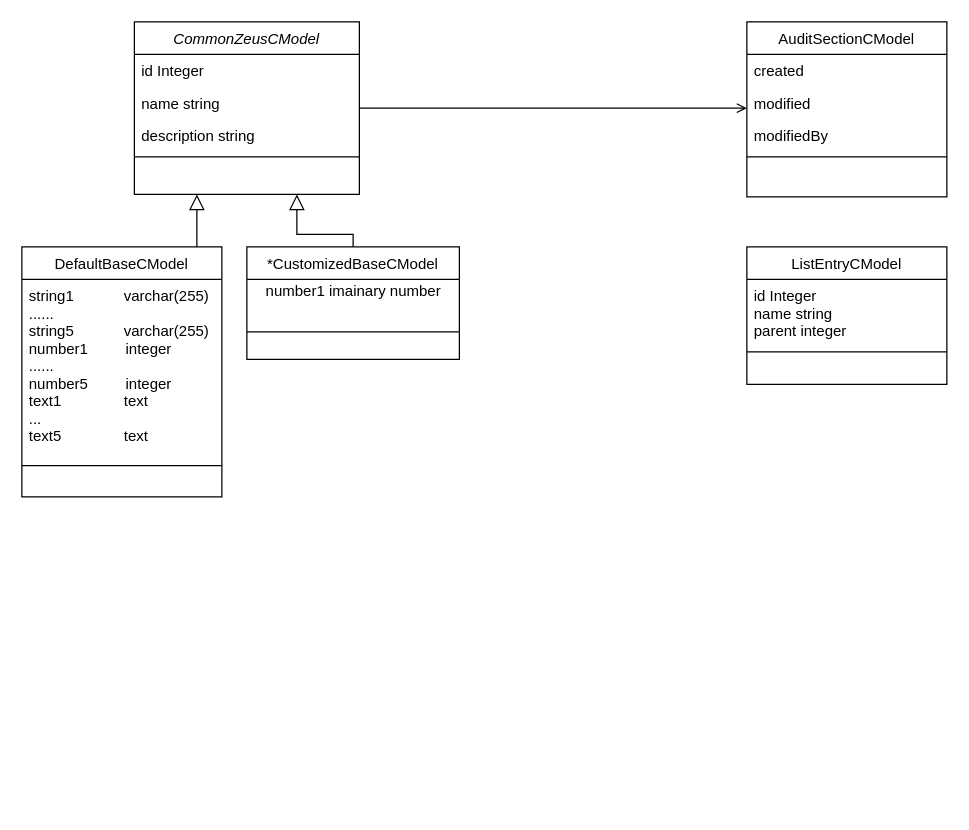
Before: Untitled Diagram.drawio in licongchao/Customized-Charts, a draw.io diagram. Source tidied: cells renumbered, new cells numbered last; positions are measured from the earlier drawing's top-left corner, leaving out a move shared by most shapes. Both pictures are drawn from the tidied source at 125%, with x=0, y=0 at pixel (21, 21).
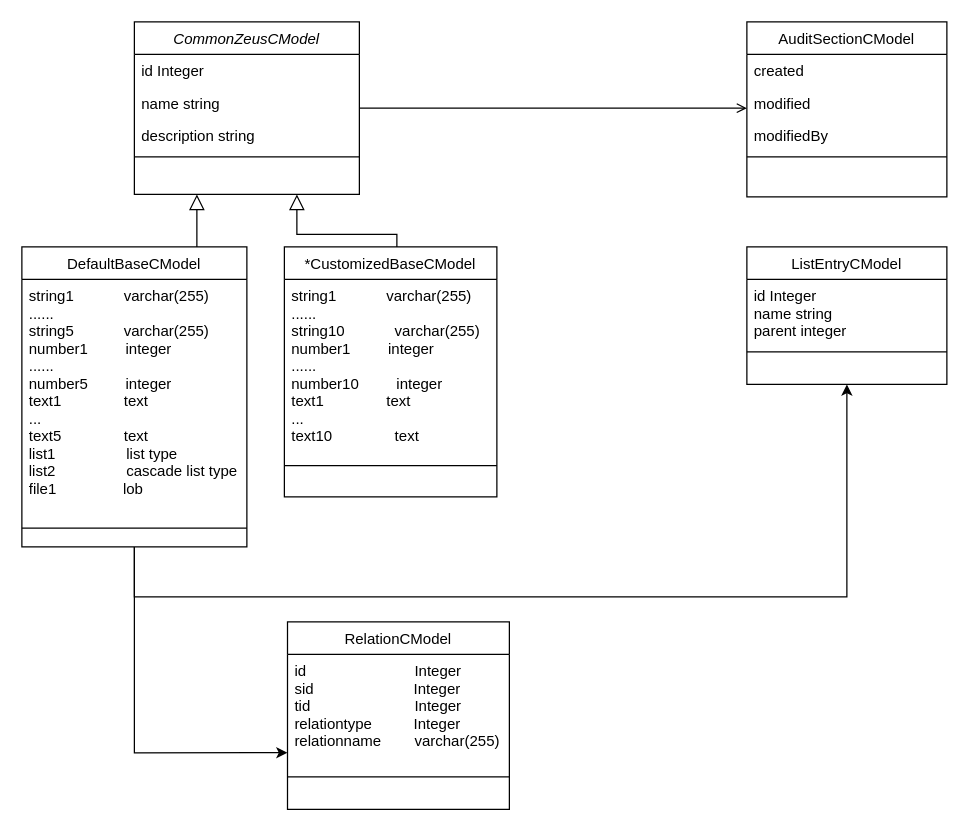
After the change.

The change refers to these unchanged cells:
```xml
<mxCell id="2" value="CommonZeusCModel" style="swimlane;fontStyle=2;align=center;verticalAlign=top;horizontal=1;startSize=26;rounded=0;shadow=0;strokeWidth=1;" parent="1" vertex="1">
  <mxGeometry x="90" width="180" height="138" as="geometry" />
</mxCell>
<mxCell id="21" value="ListEntryCModel" style="swimlane;fontStyle=0;align=center;verticalAlign=top;horizontal=1;startSize=26;rounded=0;shadow=0;strokeWidth=1;" parent="1" vertex="1">
  <mxGeometry x="580" y="180" width="160" height="110" as="geometry" />
</mxCell>
```

Change to the diagram source:
```diff
@@
+    <mxCell id="24" style="edgeStyle=orthogonalEdgeStyle;rounded=0;jettySize=auto;html=1;entryX=0;entryY=0.837;entryDx=0;entryDy=0;entryPerimeter=0;" parent="1" edge="1" source="7" target="29">
+      <mxGeometry relative="1" as="geometry" />
+    </mxCell>
     <mxCell id="7" value="DefaultBaseCModel" style="swimlane;fontStyle=0;align=center;verticalAlign=top;horizontal=1;startSize=26;rounded=0;shadow=0;strokeWidth=1;" parent="1" vertex="1">
-      <mxGeometry y="180" width="160" height="200" as="geometry" />
+      <mxGeometry y="180" width="180" height="240" as="geometry" />
     </mxCell>
-    <mxCell id="8" value="string1            varchar(255)&#10;......&#10;string5            varchar(255)&#10;number1         integer&#10;......&#10;number5         integer&#10;text1               text&#10;...&#10;text5               text                " style="text;align=left;verticalAlign=top;spacingLeft=4;spacingRight=4;overflow=hidden;rounded=0;shadow=0;html=0;" parent="7" vertex="1">
-      <mxGeometry y="26" width="160" height="144" as="geometry" />
+    <mxCell id="8" value="string1            varchar(255)&#10;......&#10;string5            varchar(255)&#10;number1         integer&#10;......&#10;number5         integer&#10;text1               text&#10;...&#10;text5               text &#10;list1                 list type&#10;list2                 cascade list type &#10;file1                lob              " style="text;align=left;verticalAlign=top;spacingLeft=4;spacingRight=4;overflow=hidden;rounded=0;shadow=0;html=0;" parent="7" vertex="1">
+      <mxGeometry y="26" width="180" height="184" as="geometry" />
     </mxCell>
     <mxCell id="9" style="line;html=1;strokeWidth=1;align=left;verticalAlign=middle;spacingTop=-1;spacingLeft=3;spacingRight=3;labelPosition=right;" parent="7" vertex="1">
-      <mxGeometry y="170" width="160" height="10" as="geometry" />
+      <mxGeometry y="210" width="180" height="30" as="geometry" />
     </mxCell>
@@
-    <mxCell id="11" value="*CustomizedBaseCModel" style="swimlane;fontStyle=0;align=center;verticalAlign=top;horizontal=1;startSize=26;rounded=0;shadow=0;strokeWidth=1;" parent="1" vertex="1">
-      <mxGeometry x="180" y="180" width="170" height="90" as="geometry" />
-    </mxCell>
-    <mxCell id="12" value="number1 imainary number" style="text;html=1;align=center;verticalAlign=middle;" parent="11" vertex="1">
-      <mxGeometry y="26" width="170" height="20" as="geometry" />
-    </mxCell>
-    <mxCell id="13" style="line;html=1;strokeWidth=1;align=left;verticalAlign=middle;spacingTop=-1;spacingLeft=3;spacingRight=3;labelPosition=right;" parent="11" vertex="1">
-      <mxGeometry y="46" width="170" height="44" as="geometry" />
-    </mxCell>
-    <mxCell id="14" style="endArrow=block;endSize=10;endFill=0;shadow=0;strokeWidth=1;rounded=0;edgeStyle=elbowEdgeStyle;elbow=vertical;exitX=0.5;exitY=0;exitDx=0;exitDy=0;" parent="1" edge="1" source="11" target="2">
+    <mxCell id="14" style="endArrow=block;endSize=10;endFill=0;shadow=0;strokeWidth=1;rounded=0;edgeStyle=elbowEdgeStyle;elbow=vertical;" parent="1" edge="1" target="2">
       <mxGeometry relative="1" as="geometry">
+        <mxPoint x="300" y="180" as="sourcePoint" />
         <Array as="points">
           <mxPoint x="220" y="170" />
           <mxPoint x="160" y="160" />
           <mxPoint x="190" y="210" />
           <mxPoint x="310" y="220" />
           <mxPoint x="320" y="330" />
         </Array>
       </mxGeometry>
     </mxCell>
@@
+    <mxCell id="11" value="*CustomizedBaseCModel" style="swimlane;fontStyle=0;align=center;verticalAlign=top;horizontal=1;startSize=26;rounded=0;shadow=0;strokeWidth=1;" parent="1" vertex="1">
+      <mxGeometry x="210" y="180" width="170" height="200" as="geometry" />
+    </mxCell>
+    <mxCell id="25" value="string1            varchar(255)&#10;......&#10;string10            varchar(255)&#10;number1         integer&#10;......&#10;number10         integer&#10;text1               text&#10;...&#10;text10               text                " style="text;align=left;verticalAlign=top;spacingLeft=4;spacingRight=4;overflow=hidden;rounded=0;shadow=0;html=0;" parent="11" vertex="1">
+      <mxGeometry y="26" width="170" height="144" as="geometry" />
+    </mxCell>
+    <mxCell id="26" style="line;html=1;strokeWidth=1;align=left;verticalAlign=middle;spacingTop=-1;spacingLeft=3;spacingRight=3;labelPosition=right;" parent="11" vertex="1">
+      <mxGeometry y="170" width="170" height="10" as="geometry" />
+    </mxCell>
+    <mxCell id="27" style="edgeStyle=orthogonalEdgeStyle;rounded=0;jettySize=auto;html=1;entryX=0.5;entryY=1;entryDx=0;entryDy=0;" parent="1" edge="1" target="21">
+      <mxGeometry relative="1" as="geometry">
+        <mxPoint x="90" y="420" as="sourcePoint" />
+        <Array as="points">
+          <mxPoint x="90" y="460" />
+          <mxPoint x="660" y="460" />
+        </Array>
+      </mxGeometry>
+    </mxCell>
+    <mxCell id="28" value="RelationCModel" style="swimlane;fontStyle=0;align=center;verticalAlign=top;horizontal=1;startSize=26;rounded=0;shadow=0;strokeWidth=1;" parent="1" vertex="1">
+      <mxGeometry x="212.5" y="480" width="177.5" height="150" as="geometry" />
+    </mxCell>
+    <mxCell id="29" value="id                          Integer&#10;sid                        Integer&#10;tid                         Integer&#10;relationtype          Integer&#10;relationname        varchar(255)" style="text;align=left;verticalAlign=top;spacingLeft=4;spacingRight=4;overflow=hidden;points=[[0,0.5],[1,0.5]];portConstraint=eastwest;" parent="28" vertex="1">
+      <mxGeometry y="26" width="177.5" height="94" as="geometry" />
+    </mxCell>
+    <mxCell id="30" style="line;html=1;strokeWidth=1;align=left;verticalAlign=middle;spacingTop=-1;spacingLeft=3;spacingRight=3;labelPosition=right;" parent="28" vertex="1">
+      <mxGeometry y="120" width="177.5" height="8" as="geometry" />
+    </mxCell>
```
